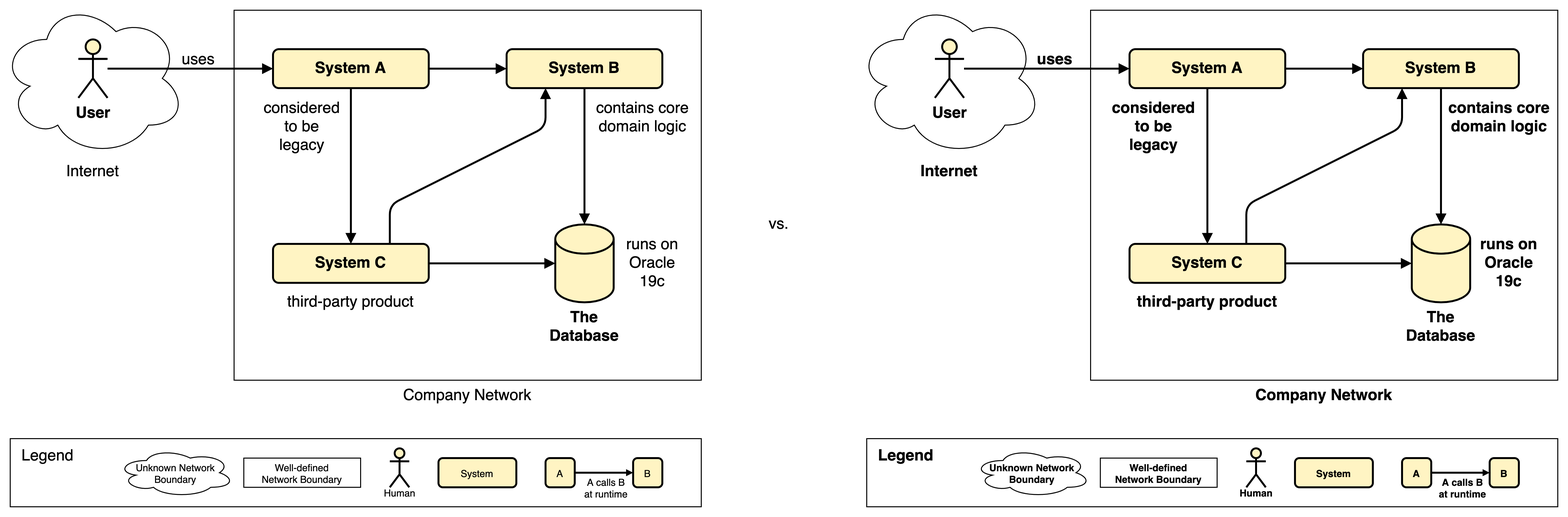
Above: diagrams/text-guideline_font-style_3.png in martinleggewie/visual-tips-for-creating-schematic-diagrams (draw.io), before the change. Source tidied: cells renumbered, new cells last; positions are measured from the earlier drawing's top-left corner, leaving out a move shared by most shapes.
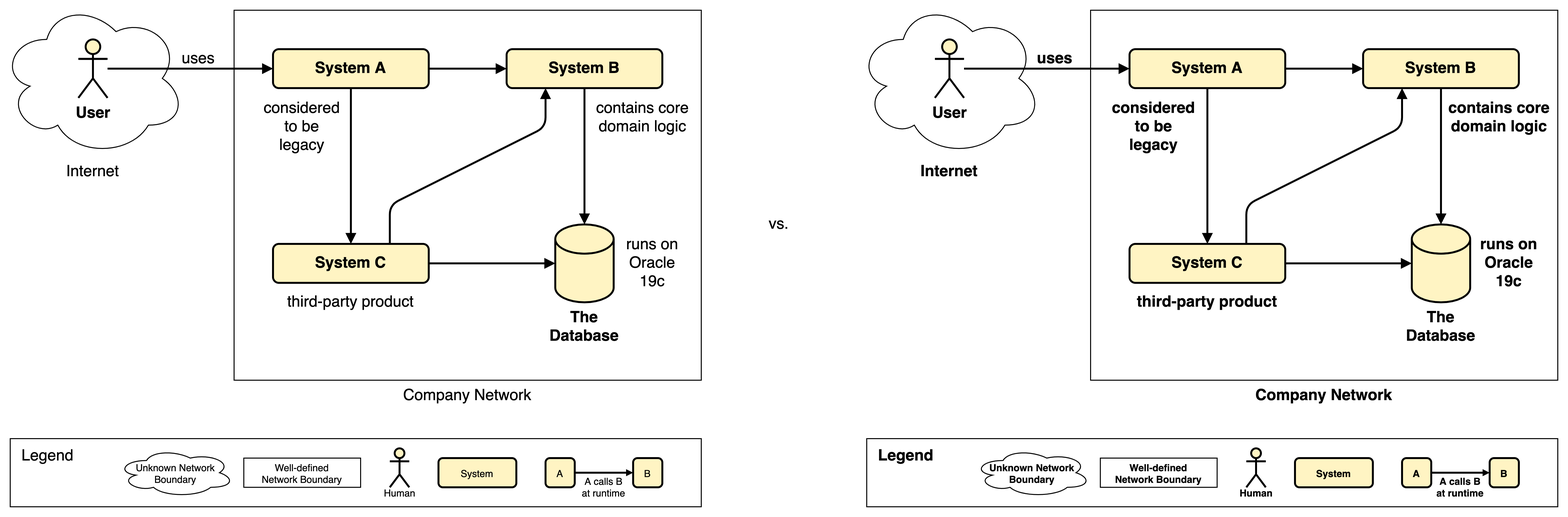
The same file after the commit.

The edit, as a diff of the source:
```diff
@@ -153,11 +153,6 @@
     <mxCell id="48" style="edgeStyle=none;rounded=0;jettySize=auto;html=1;startArrow=none;startFill=0;endArrow=block;endFill=1;strokeWidth=2;fontSize=16;endSize=2;startSize=2;exitX=1;exitY=0.5;exitDx=0;exitDy=0;entryX=0;entryY=0.5;entryDx=0;entryDy=0;" parent="41" edge="1" source="43" target="50">
       <mxGeometry x="40" y="696" as="geometry" />
     </mxCell>
-    <mxCell id="49" value="A calls B&lt;br&gt;at runtime" style="edgeLabel;html=1;align=center;verticalAlign=middle;fontSize=10;" parent="48" vertex="1">
-      <mxGeometry x="-0.15" y="1" relative="1" as="geometry">
-        <mxPoint x="6" y="15" as="offset" />
-      </mxGeometry>
-    </mxCell>
     <mxCell id="50" value="B" style="rounded=1;whiteSpace=wrap;html=1;strokeWidth=2;fontSize=10;fontStyle=0;fillColor=#FFF4C3;" parent="41" vertex="1">
       <mxGeometry x="650" y="470" width="30" height="30" as="geometry" />
     </mxCell>
@@ -182,13 +177,14 @@
     <mxCell id="57" style="edgeStyle=none;rounded=0;jettySize=auto;html=1;startArrow=none;startFill=0;endArrow=block;endFill=1;strokeWidth=2;fontSize=16;endSize=2;startSize=2;exitX=1;exitY=0.5;exitDx=0;exitDy=0;entryX=0;entryY=0.5;entryDx=0;entryDy=0;fontStyle=1;" parent="41" edge="1" source="52" target="59">
       <mxGeometry x="920" y="696" as="geometry" />
     </mxCell>
-    <mxCell id="58" value="A calls B&lt;br&gt;at runtime" style="edgeLabel;html=1;align=center;verticalAlign=middle;fontSize=10;fontStyle=1;" parent="57" vertex="1">
-      <mxGeometry x="-0.15" y="1" relative="1" as="geometry">
-        <mxPoint x="6" y="15" as="offset" />
-      </mxGeometry>
-    </mxCell>
     <mxCell id="59" value="B" style="rounded=1;whiteSpace=wrap;html=1;strokeWidth=2;fontSize=10;fontStyle=1;fillColor=#FFF4C3;" parent="41" vertex="1">
       <mxGeometry x="1530" y="470" width="30" height="30" as="geometry" />
     </mxCell>
+    <mxCell id="60" value="A calls B&lt;br&gt;at runtime" style="text;html=1;strokeColor=none;fillColor=none;align=center;verticalAlign=top;whiteSpace=wrap;rounded=0;spacing=0;fontSize=10;spacingTop=3;spacingLeft=0;spacingRight=0;" parent="41" vertex="1">
+      <mxGeometry x="590" y="480" width="60" height="40" as="geometry" />
+    </mxCell>
+    <mxCell id="61" value="A calls B&lt;br&gt;at runtime" style="text;html=1;strokeColor=none;fillColor=none;align=center;verticalAlign=top;whiteSpace=wrap;rounded=0;spacing=0;fontSize=10;spacingTop=3;spacingLeft=0;spacingRight=0;fontStyle=1;" parent="41" vertex="1">
+      <mxGeometry x="1470" y="480" width="60" height="40" as="geometry" />
+    </mxCell>
   </root>
 </mxGraphModel>
```
